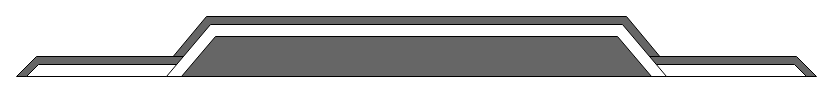
garrenboggs/GameTemplate keeps this draw.io diagram as Assets/UI_LevelBar.drawio. Above is the earlier version. Source tidied: cells renumbered, new cells numbered last; positions are measured from the earlier drawing's top-left corner, leaving out a move shared by most shapes. Both pictures are drawn from the tidied source at 100%, with x=0, y=0 at pixel (16, 16).
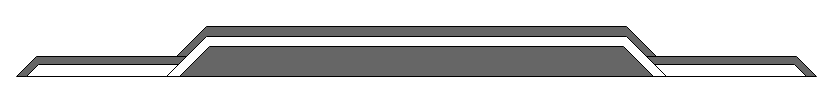
The same page after the edit.

What changed in the source:
```diff
@@
 <mxGraphModel>
   <root>
     <mxCell id="0" />
     <mxCell id="1" parent="0" />
     <mxCell id="2" style="shape=trapezoid;perimeter=trapezoidPerimeter;whiteSpace=wrap;html=1;fixedSize=1;fillColor=#666666;size=50;" parent="1" vertex="1">
-      <mxGeometry x="140" width="520" height="60" as="geometry" />
+      <mxGeometry x="140" y="10" width="520" height="50" as="geometry" />
     </mxCell>
     <mxCell id="3" style="shape=trapezoid;perimeter=trapezoidPerimeter;whiteSpace=wrap;html=1;fixedSize=1;fillColor=#666666;" parent="1" vertex="1">
       <mxGeometry y="40" width="800" height="20" as="geometry" />
     </mxCell>
     <mxCell id="4" style="shape=trapezoid;perimeter=trapezoidPerimeter;whiteSpace=wrap;html=1;fixedSize=1;size=12;" parent="1" vertex="1">
       <mxGeometry x="10" y="48" width="780" height="12" as="geometry" />
     </mxCell>
-    <mxCell id="5" style="shape=trapezoid;perimeter=trapezoidPerimeter;whiteSpace=wrap;html=1;fixedSize=1;size=44;" parent="1" vertex="1">
-      <mxGeometry x="150" y="8" width="500" height="52" as="geometry" />
+    <mxCell id="5" style="shape=trapezoid;perimeter=trapezoidPerimeter;whiteSpace=wrap;html=1;fixedSize=1;size=40;" parent="1" vertex="1">
+      <mxGeometry x="150" y="20" width="500" height="40" as="geometry" />
     </mxCell>
-    <mxCell id="6" style="shape=trapezoid;perimeter=trapezoidPerimeter;whiteSpace=wrap;html=1;fixedSize=1;fillColor=#666666;size=34;" parent="1" vertex="1">
-      <mxGeometry x="165" y="20" width="470" height="40" as="geometry" />
+    <mxCell id="6" style="shape=trapezoid;perimeter=trapezoidPerimeter;whiteSpace=wrap;html=1;fixedSize=1;fillColor=#666666;size=30;" parent="1" vertex="1">
+      <mxGeometry x="163" y="30" width="474" height="30" as="geometry" />
     </mxCell>
   </root>
 </mxGraphModel>
```
